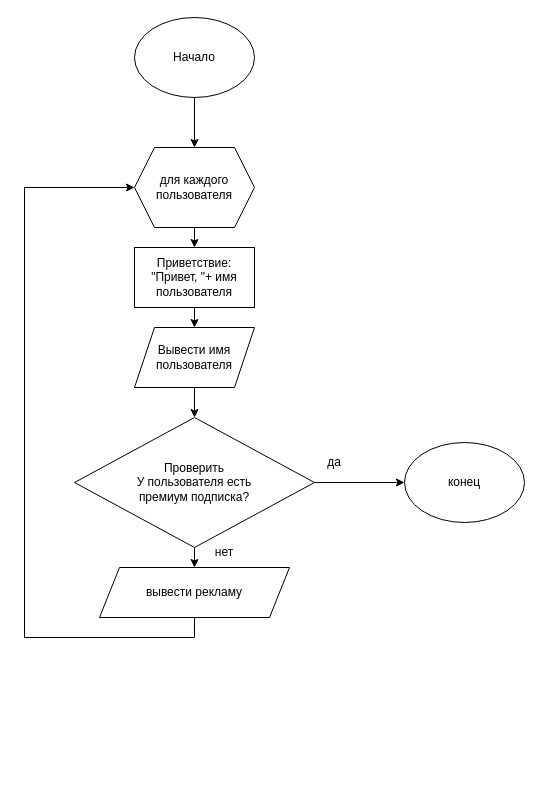
The draw.io diagram MyDiagram.drawio in sokelva/Module12, before the edit. Source tidied: cells renumbered, new cells numbered last; positions are measured from the earlier drawing's top-left corner, leaving out a move shared by most shapes. Both pictures are drawn from the tidied source at 100%, with x=0, y=0 at pixel (24, 17).
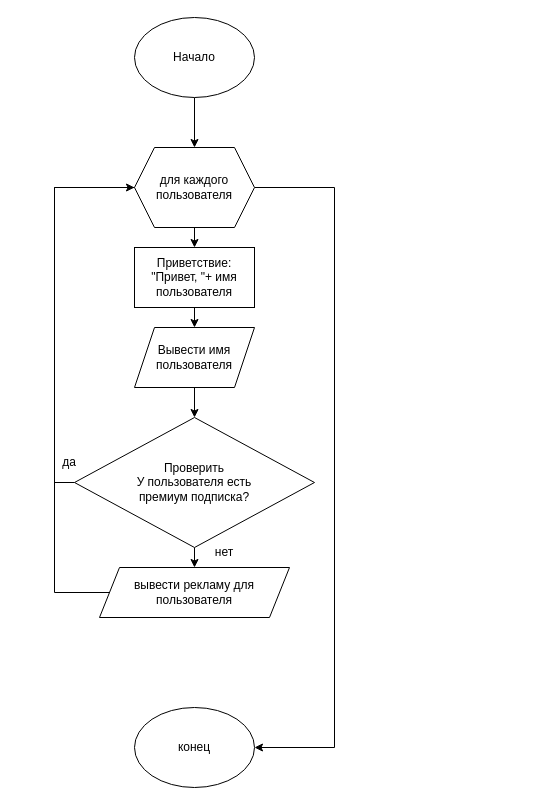
After the change.

Unchanged cells that the change refers to:
```xml
<mxCell id="8" value="Проверить &lt;br&gt;У пользователя есть &lt;br&gt;премиум подписка?" style="rhombus;whiteSpace=wrap;html=1;" parent="1" vertex="1">
  <mxGeometry x="50" y="400" width="240" height="130" as="geometry" />
</mxCell>
<mxCell id="12" value="для каждого пользователя" style="shape=hexagon;perimeter=hexagonPerimeter2;whiteSpace=wrap;html=1;fixedSize=1;" parent="1" vertex="1">
  <mxGeometry x="110" y="130" width="120" height="80" as="geometry" />
</mxCell>
```

The edit, as a diff of the source:
```diff
@@
-    <mxCell id="6" style="edgeStyle=orthogonalEdgeStyle;rounded=0;jettySize=auto;html=1;exitX=1;exitY=0.5;exitDx=0;exitDy=0;" parent="1" edge="1" source="8" target="14">
-      <mxGeometry relative="1" as="geometry" />
-    </mxCell>
@@
+    <mxCell id="18" style="edgeStyle=orthogonalEdgeStyle;rounded=0;jettySize=auto;html=1;exitX=0;exitY=0.5;exitDx=0;exitDy=0;entryX=1;entryY=0.5;entryDx=0;entryDy=0;" parent="1" edge="1" source="8" target="12">
+      <mxGeometry relative="1" as="geometry">
+        <Array as="points">
+          <mxPoint x="30" y="465" />
+          <mxPoint x="30" y="170" />
+        </Array>
+      </mxGeometry>
+    </mxCell>
@@
+    <mxCell id="19" style="edgeStyle=orthogonalEdgeStyle;rounded=0;jettySize=auto;html=1;exitX=1;exitY=0.5;exitDx=0;exitDy=0;entryX=1;entryY=0.5;entryDx=0;entryDy=0;" parent="1" edge="1" source="12" target="14">
+      <mxGeometry relative="1" as="geometry">
+        <Array as="points">
+          <mxPoint x="310" y="170" />
+          <mxPoint x="310" y="730" />
+        </Array>
+      </mxGeometry>
+    </mxCell>
@@
     <mxCell id="13" value="да" style="text;html=1;strokeColor=none;fillColor=none;align=center;verticalAlign=middle;whiteSpace=wrap;rounded=0;" parent="1" vertex="1">
-      <mxGeometry x="280" y="430" width="60" height="30" as="geometry" />
+      <mxGeometry x="15" y="430" width="60" height="30" as="geometry" />
     </mxCell>
     <mxCell id="14" value="конец" style="ellipse;whiteSpace=wrap;html=1;" parent="1" vertex="1">
-      <mxGeometry x="380" y="425" width="120" height="80" as="geometry" />
+      <mxGeometry x="110" y="690" width="120" height="80" as="geometry" />
     </mxCell>
@@
-    <mxCell id="16" style="edgeStyle=orthogonalEdgeStyle;rounded=0;jettySize=auto;html=1;exitX=0.5;exitY=1;exitDx=0;exitDy=0;entryX=0;entryY=0.5;entryDx=0;entryDy=0;" parent="1" edge="1" source="17" target="12">
+    <mxCell id="16" style="edgeStyle=orthogonalEdgeStyle;rounded=0;jettySize=auto;html=1;exitX=0;exitY=0.5;exitDx=0;exitDy=0;entryX=0;entryY=0.5;entryDx=0;entryDy=0;" parent="1" edge="1" source="17" target="12">
       <mxGeometry relative="1" as="geometry">
         <Array as="points">
-          <mxPoint x="170" y="620" />
-          <mxPoint y="620" />
-          <mxPoint y="170" />
+          <mxPoint x="30" y="575" />
+          <mxPoint x="30" y="170" />
         </Array>
       </mxGeometry>
     </mxCell>
-    <mxCell id="17" value="вывести рекламу" style="shape=parallelogram;perimeter=parallelogramPerimeter;whiteSpace=wrap;html=1;fixedSize=1;" parent="1" vertex="1">
+    <mxCell id="17" value="вывести рекламу для пользователя" style="shape=parallelogram;perimeter=parallelogramPerimeter;whiteSpace=wrap;html=1;fixedSize=1;" parent="1" vertex="1">
       <mxGeometry x="75" y="550" width="190" height="50" as="geometry" />
     </mxCell>
```
